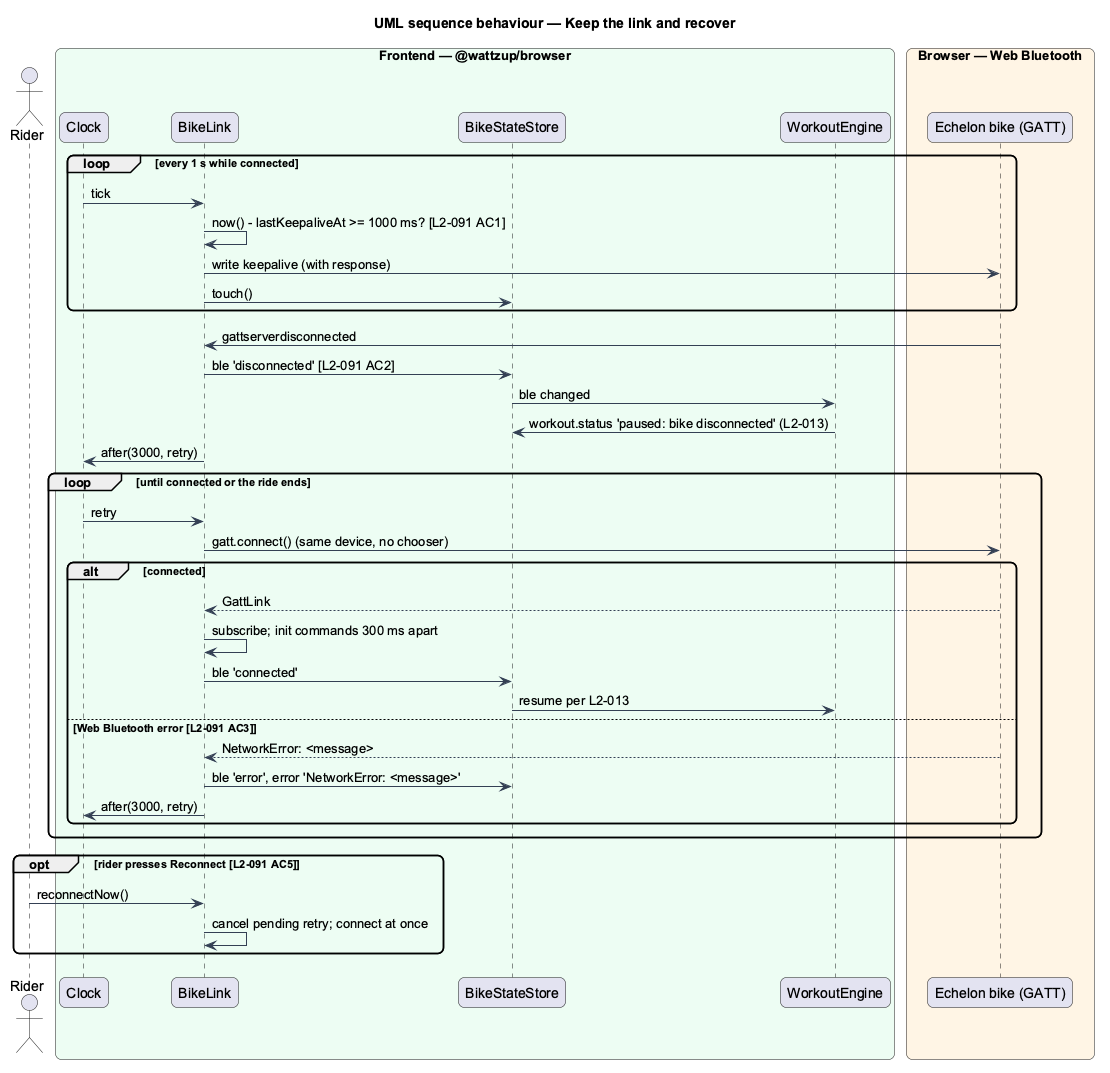
Above: docs/detailed-designs/browser-edition/connect-bike-in-browser/diagrams/sequence-keepalive-and-recovery.png in QuinntyneBrown/ride-one (PlantUML), before the change.
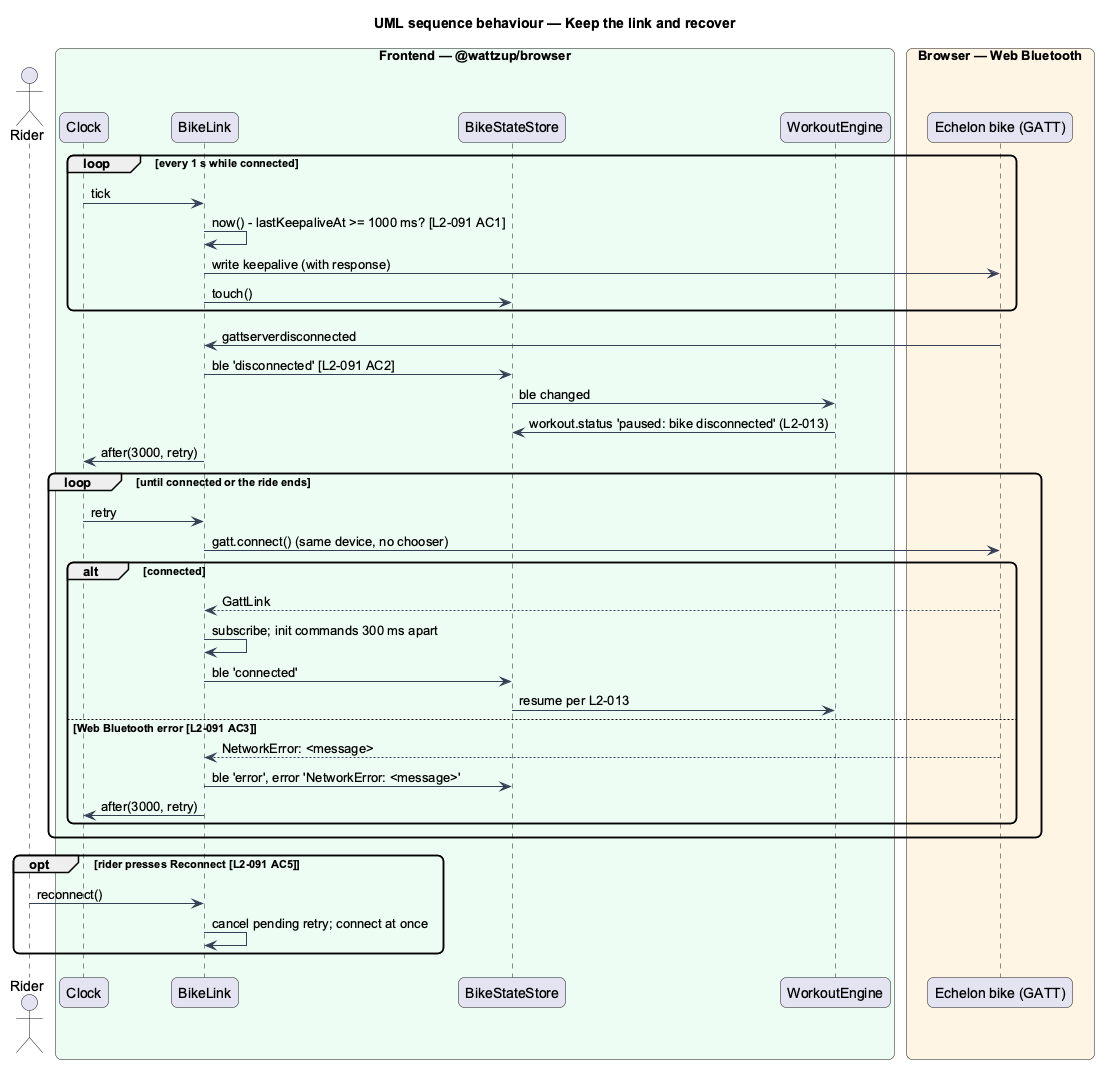
After the change.

Diff of the diagram source:
```diff
@@ -42,7 +42,7 @@
   end
 end
 opt rider presses Reconnect [L2-091 AC5]
-  rider -> link : reconnectNow()
+  rider -> link : reconnect()
   link -> link : cancel pending retry; connect at once
 end
 @enduml
```
